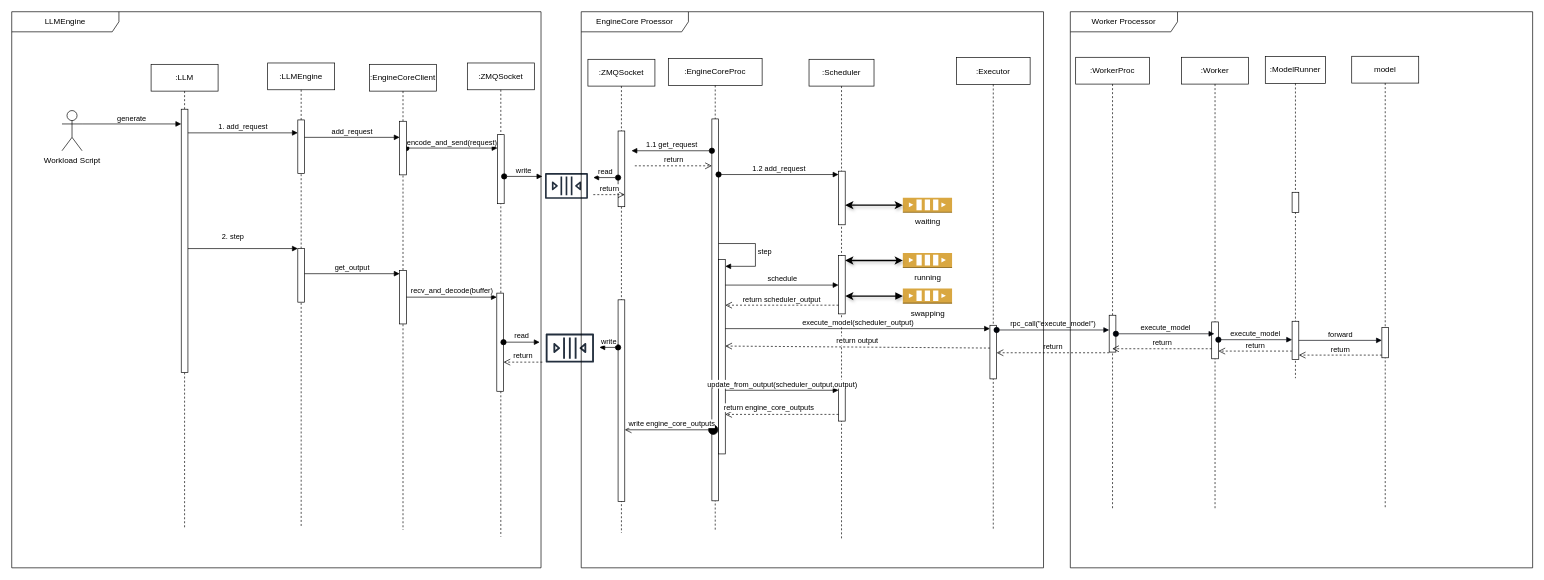
Earlier version of the draw.io diagram page "LLM.generate" (3 of 12) of vllm/engine/vllm.drawio (chaojun-zhang/vllm). Source tidied: cells renumbered, new cells numbered last; positions are measured from the earlier drawing's top-left corner, leaving out a move shared by most shapes. Both pictures are drawn from the tidied source at 67%, with x=0, y=0 at pixel (11, 11).
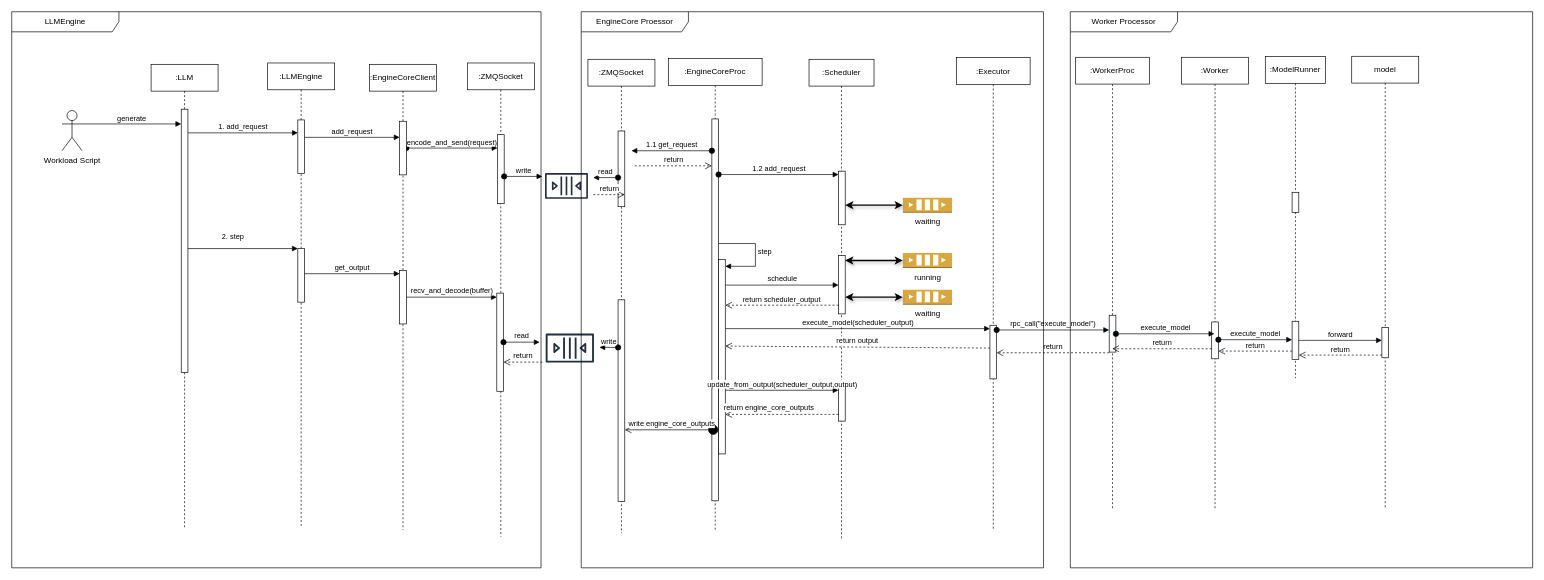
After the change.

The change refers to these unchanged cells:
```xml
<mxCell id="12" style="html=1;points=[[0,0,0,0,5],[0,1,0,0,-5],[1,0,0,0,5],[1,1,0,0,-5]];perimeter=orthogonalPerimeter;outlineConnect=0;targetShapes=umlLifeline;portConstraint=eastwest;newEdgeStyle={&quot;curved&quot;:0,&quot;rounded&quot;:0};" parent="10" vertex="1">
  <mxGeometry x="44" y="293" width="10" height="87" as="geometry" />
</mxCell>
<mxCell id="76" value="EngineCore Proessor" style="shape=umlFrame;whiteSpace=wrap;html=1;width=160;" parent="1" vertex="1">
  <mxGeometry x="850" width="690" height="830" as="geometry" />
</mxCell>
```

Diff of the diagram source:
```diff
@@
-    <mxCell id="71" value="swapping" style="outlineConnect=0;dashed=0;verticalLabelPosition=bottom;verticalAlign=top;align=center;html=1;shape=mxgraph.aws3.queue;fillColor=#D9A741;gradientColor=none;" parent="1" vertex="1">
-      <mxGeometry x="1330" y="413.2" width="73.5" height="22.5" as="geometry" />
-    </mxCell>
@@
-    <mxCell id="74" style="endArrow=block;html=1;strokeWidth=2;rounded=0;entryX=0;entryY=0.5;entryDx=0;entryDy=0;entryPerimeter=0;endFill=1;startArrow=classic;startFill=1;flowAnimation=1;shadow=1;" parent="1" edge="1" source="12" target="71">
-      <mxGeometry relative="1" as="geometry" />
-    </mxCell>
@@
+    <mxCell id="78" value="waiting" style="outlineConnect=0;dashed=0;verticalLabelPosition=bottom;verticalAlign=top;align=center;html=1;shape=mxgraph.aws3.queue;fillColor=#D9A741;gradientColor=none;" parent="76" vertex="1">
+      <mxGeometry x="480" y="414.8" width="73.5" height="22.5" as="geometry" />
+    </mxCell>
@@
+    <mxCell id="79" style="endArrow=classic;html=1;strokeWidth=2;rounded=0;entryX=0;entryY=0.5;entryDx=0;entryDy=0;entryPerimeter=0;endFill=1;startArrow=classic;startFill=1;flowAnimation=1;shadow=1;" parent="1" edge="1" source="12" target="78">
+      <mxGeometry relative="1" as="geometry" />
+    </mxCell>
```
